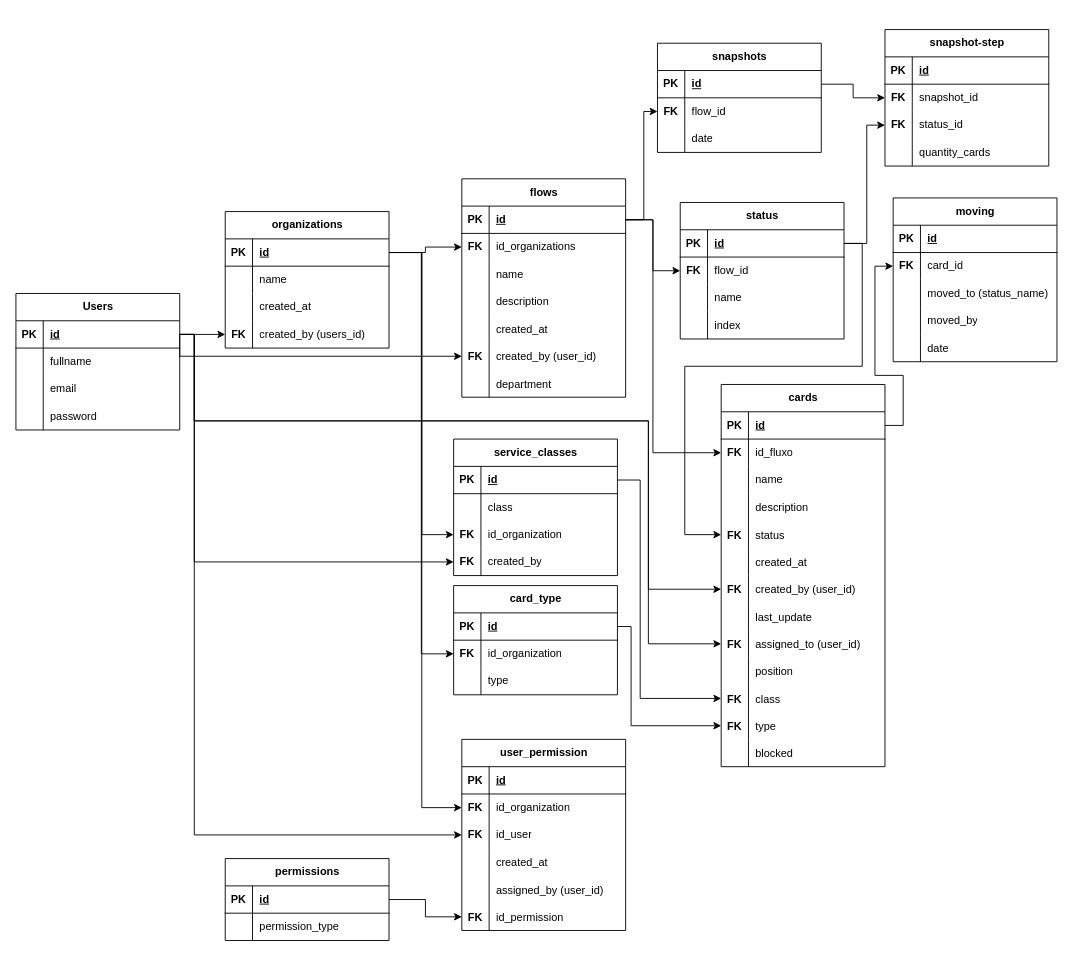
Earlier version of the draw.io diagram tabelas.drawio (andrechamelete/flow-management). Source tidied: cells renumbered, new cells numbered last; positions are measured from the earlier drawing's top-left corner, leaving out a move shared by most shapes. Both pictures are drawn from the tidied source at 91%, with x=0, y=0 at pixel (15, 29).
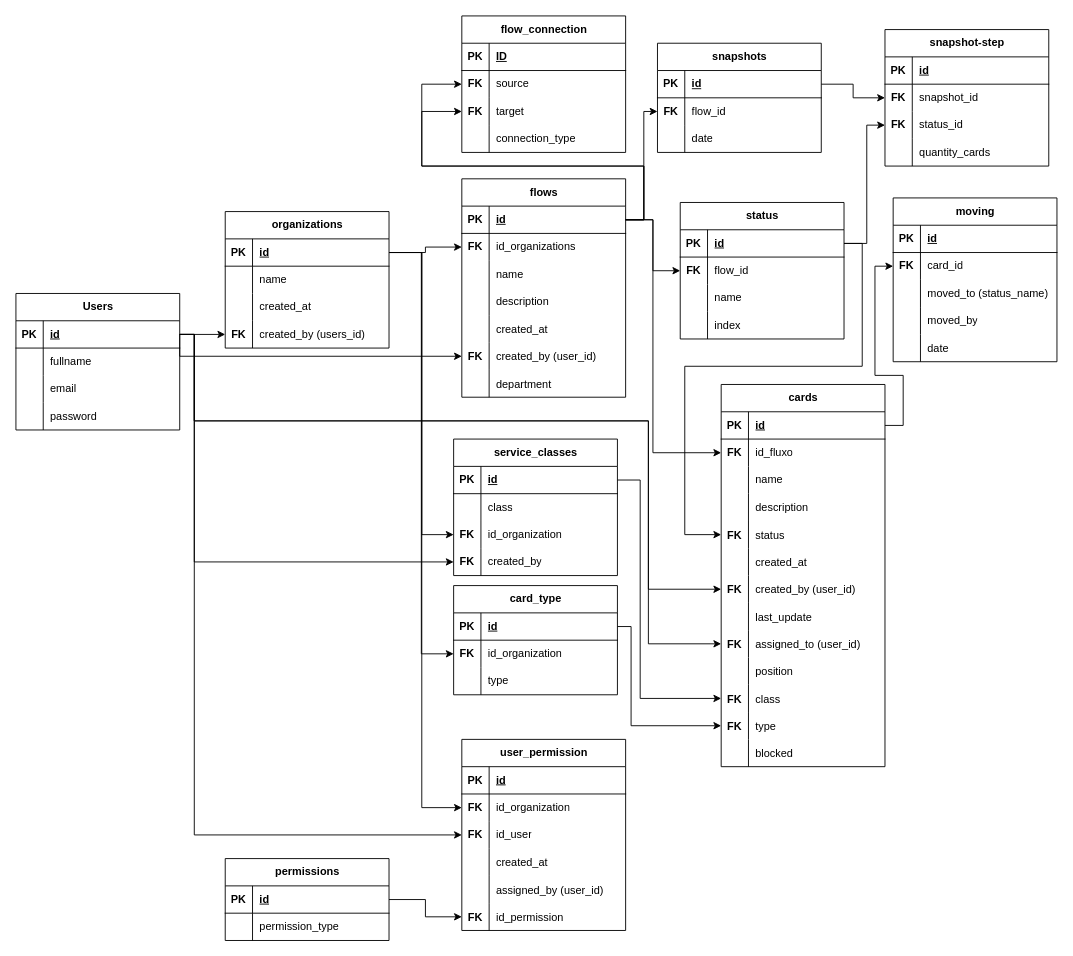
Above is the later version.

Commit message:
improved tables schema

The change refers to these unchanged cells:
```xml
<mxCell id="29" style="shape=tableRow;horizontal=0;startSize=0;swimlaneHead=0;swimlaneBody=0;fillColor=none;points=[[0,0.5],[1,0.5]];portConstraint=eastwest;top=0;left=0;right=0;bottom=1;" parent="28" vertex="1">
  <mxGeometry y="30" width="180" height="30" as="geometry" />
</mxCell>
```

Diff of the diagram source:
```diff
@@
+    <mxCell id="212" value="flow_connection" style="shape=table;startSize=30;childLayout=tableLayout;rowLines=0;fontStyle=1;align=center;html=1;" parent="1" vertex="1">
+      <mxGeometry x="490" y="-15" width="180" height="150" as="geometry" />
+    </mxCell>
+    <mxCell id="213" style="shape=tableRow;horizontal=0;startSize=0;swimlaneHead=0;swimlaneBody=0;fillColor=none;top=0;left=0;right=0;bottom=1;" parent="212" vertex="1">
+      <mxGeometry y="30" width="180" height="30" as="geometry" />
+    </mxCell>
+    <mxCell id="214" value="PK" style="shape=partialRectangle;fillColor=none;top=0;left=0;bottom=0;right=0;fontStyle=1;overflow=hidden;whiteSpace=wrap;html=1;" parent="213" vertex="1">
+      <mxGeometry width="30" height="30" as="geometry" />
+    </mxCell>
+    <mxCell id="215" value="ID" style="shape=partialRectangle;fillColor=none;top=0;left=0;bottom=0;right=0;align=left;spacingLeft=6;fontStyle=5;overflow=hidden;whiteSpace=wrap;html=1;" parent="213" vertex="1">
+      <mxGeometry x="30" width="150" height="30" as="geometry" />
+    </mxCell>
+    <mxCell id="216" style="shape=tableRow;horizontal=0;startSize=0;swimlaneHead=0;swimlaneBody=0;fillColor=none;points=[[0,0.5],[1,0.5]];portConstraint=eastwest;top=0;left=0;right=0;bottom=0;" parent="212" vertex="1">
+      <mxGeometry y="60" width="180" height="30" as="geometry" />
+    </mxCell>
+    <mxCell id="217" value="&lt;b&gt;FK&lt;/b&gt;" style="shape=partialRectangle;fillColor=none;top=0;left=0;bottom=0;right=0;overflow=hidden;whiteSpace=wrap;html=1;" parent="216" vertex="1">
+      <mxGeometry width="30" height="30" as="geometry" />
+    </mxCell>
+    <mxCell id="218" value="source" style="shape=partialRectangle;fillColor=none;top=0;left=0;bottom=0;right=0;align=left;spacingLeft=6;overflow=hidden;whiteSpace=wrap;html=1;" parent="216" vertex="1">
+      <mxGeometry x="30" width="150" height="30" as="geometry" />
+    </mxCell>
+    <mxCell id="219" style="shape=tableRow;horizontal=0;startSize=0;swimlaneHead=0;swimlaneBody=0;fillColor=none;points=[[0,0.5],[1,0.5]];portConstraint=eastwest;top=0;left=0;right=0;bottom=0;" parent="212" vertex="1">
+      <mxGeometry y="90" width="180" height="30" as="geometry" />
+    </mxCell>
+    <mxCell id="220" value="FK" style="shape=partialRectangle;fillColor=none;top=0;left=0;bottom=0;right=0;overflow=hidden;whiteSpace=wrap;html=1;fontStyle=1;" parent="219" vertex="1">
+      <mxGeometry width="30" height="30" as="geometry" />
+    </mxCell>
+    <mxCell id="221" value="target" style="shape=partialRectangle;fillColor=none;top=0;left=0;bottom=0;right=0;align=left;spacingLeft=6;overflow=hidden;whiteSpace=wrap;html=1;" parent="219" vertex="1">
+      <mxGeometry x="30" width="150" height="30" as="geometry" />
+    </mxCell>
+    <mxCell id="222" style="shape=tableRow;horizontal=0;startSize=0;swimlaneHead=0;swimlaneBody=0;fillColor=none;top=0;left=0;right=0;bottom=0;" parent="212" vertex="1">
+      <mxGeometry y="120" width="180" height="30" as="geometry" />
+    </mxCell>
+    <mxCell id="223" style="shape=partialRectangle;fillColor=none;top=0;left=0;bottom=0;right=0;overflow=hidden;whiteSpace=wrap;html=1;fontStyle=1;" parent="222" vertex="1">
+      <mxGeometry width="30" height="30" as="geometry" />
+    </mxCell>
+    <mxCell id="224" value="connection_type" style="shape=partialRectangle;fillColor=none;top=0;left=0;bottom=0;right=0;align=left;spacingLeft=6;overflow=hidden;whiteSpace=wrap;html=1;" parent="222" vertex="1">
+      <mxGeometry x="30" width="150" height="30" as="geometry" />
+    </mxCell>
+    <mxCell id="225" style="edgeStyle=orthogonalEdgeStyle;rounded=0;jettySize=auto;html=1;exitX=1;exitY=0.5;exitDx=0;exitDy=0;entryX=0;entryY=0.5;entryDx=0;entryDy=0;" parent="1" edge="1" source="29" target="216">
+      <mxGeometry relative="1" as="geometry">
+        <Array as="points">
+          <mxPoint x="690" y="209" />
+          <mxPoint x="690" y="150" />
+          <mxPoint x="446" y="150" />
+          <mxPoint x="446" y="60" />
+        </Array>
+      </mxGeometry>
+    </mxCell>
+    <mxCell id="226" style="edgeStyle=orthogonalEdgeStyle;rounded=0;jettySize=auto;html=1;exitX=1;exitY=0.5;exitDx=0;exitDy=0;entryX=0;entryY=0.5;entryDx=0;entryDy=0;" parent="1" edge="1" source="29" target="219">
+      <mxGeometry relative="1" as="geometry">
+        <Array as="points">
+          <mxPoint x="690" y="209" />
+          <mxPoint x="690" y="150" />
+          <mxPoint x="446" y="150" />
+          <mxPoint x="446" y="90" />
+        </Array>
+      </mxGeometry>
+    </mxCell>
```
